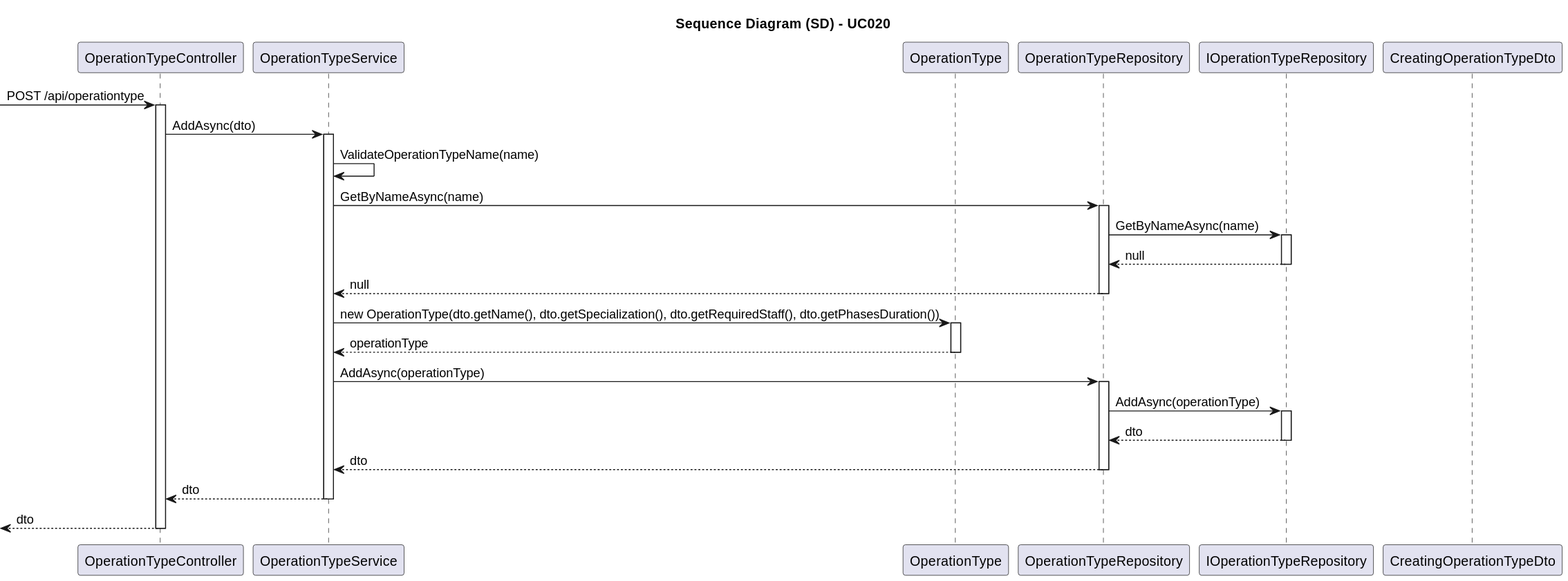
Earlier version of the PlantUML export docs/SprintA/UseCases/UC020/03.design/svg/uc020-sequence-diagram.svg (1221124/sem5pi-24-25-g031).
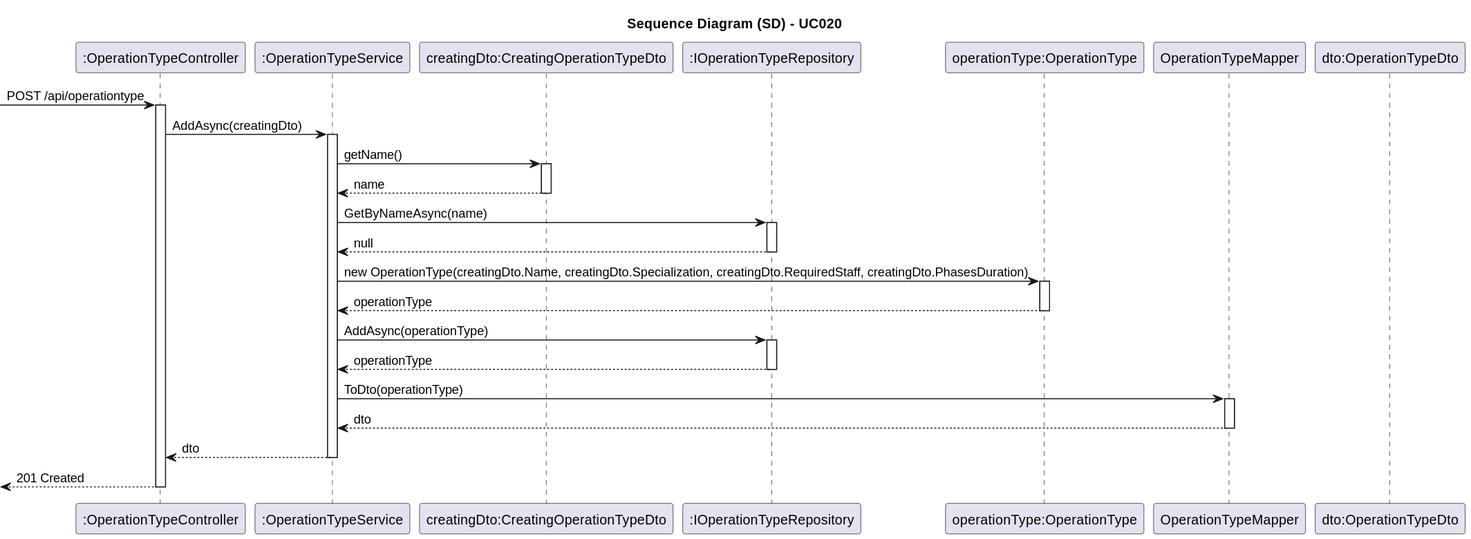
Above is the later version.

Diff of the diagram source:
```diff
@@ -6,40 +6,39 @@
 
 title Sequence Diagram (SD) - UC020
 
-participant "OperationTypeController" as Controller
-participant "OperationTypeService" as Service
-participant "OperationType" as Domain
-participant "OperationTypeRepository" as Repository
-participant "IOperationTypeRepository" as IRepo
-participant "CreatingOperationTypeDto" as Dto
+participant ":OperationTypeController" as Controller
+participant ":OperationTypeService" as Service
+participant "creatingDto:CreatingOperationTypeDto" as CreatingDto
+participant ":IOperationTypeRepository" as IRepo
+participant "operationType:OperationType" as Domain
+participant "OperationTypeMapper" as Mapper
+participant "dto:OperationTypeDto" as Dto
 
 -> Controller: POST /api/operationtype
 
 activate Controller
 
-    Controller -> Service: AddAsync(dto)
+    Controller -> Service: AddAsync(creatingDto)
 
     activate Service
 
-        Service -> Service: ValidateOperationTypeName(name)
+        Service -> CreatingDto: getName()
 
-        Service -> Repository: GetByNameAsync(name)
+        activate CreatingDto
 
-        activate Repository
+            CreatingDto --> Service: name
 
-            Repository -> IRepo: GetByNameAsync(name)
+        deactivate CreatingDto
 
-            activate IRepo
+        Service -> IRepo: GetByNameAsync(name)
 
-                IRepo --> Repository: null
+        activate IRepo
 
-            deactivate IRepo
+            IRepo --> Service: null
 
-            Repository --> Service: null
+        deactivate IRepo
 
-        deactivate Repository
-
-        Service -> Domain: new OperationType(dto.getName(), dto.getSpecialization(), dto.getRequiredStaff(), dto.getPhasesDuration())
+        Service -> Domain: new OperationType(creatingDto.Name, creatingDto.Specialization, creatingDto.RequiredStaff, creatingDto.PhasesDuration)
 
         activate Domain
 
@@ -47,27 +46,27 @@
 
         deactivate Domain
 
-        Service -> Repository: AddAsync(operationType)
+        Service -> IRepo: AddAsync(operationType)
 
-        activate Repository
+        activate IRepo
 
-            Repository -> IRepo: AddAsync(operationType)
+            IRepo --> Service: operationType
 
-            activate IRepo
+        deactivate IRepo
 
-                IRepo --> Repository: dto
+        Service -> Mapper: ToDto(operationType)
 
-            deactivate IRepo
+        activate Mapper
 
-            Repository --> Service: dto
+            Mapper --> Service: dto
 
-        deactivate Repository
+        deactivate Mapper
 
         Service --> Controller: dto
 
     deactivate Service
 
-    <-- Controller : dto
+    <-- Controller: 201 Created
 
 deactivate Controller
 @enduml
```
